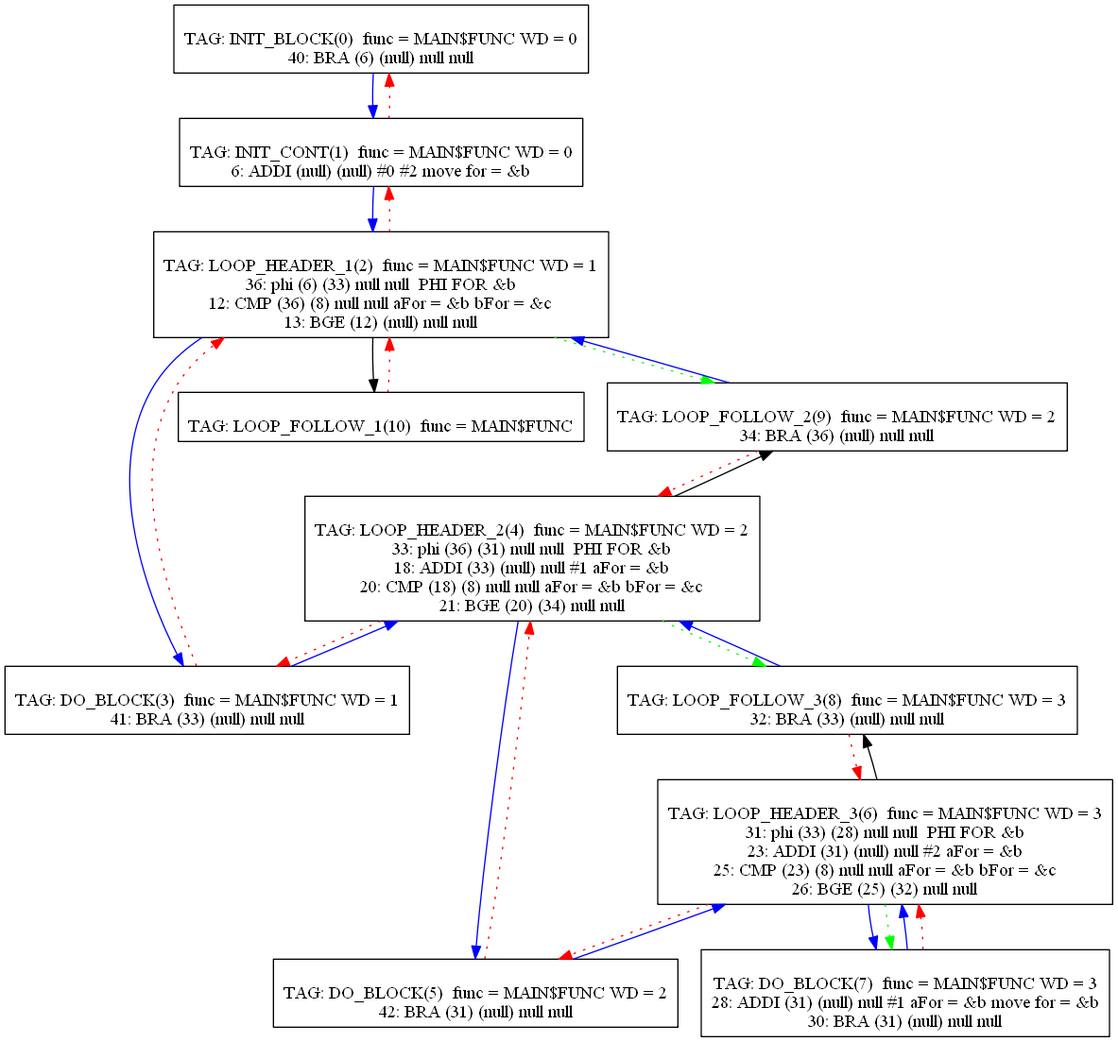
Earlier version of the Graphviz export Compiler/22graph.png (mbajaj92/Project-Astoria). Its source is kept beside it as Compiler/22graph.dot.
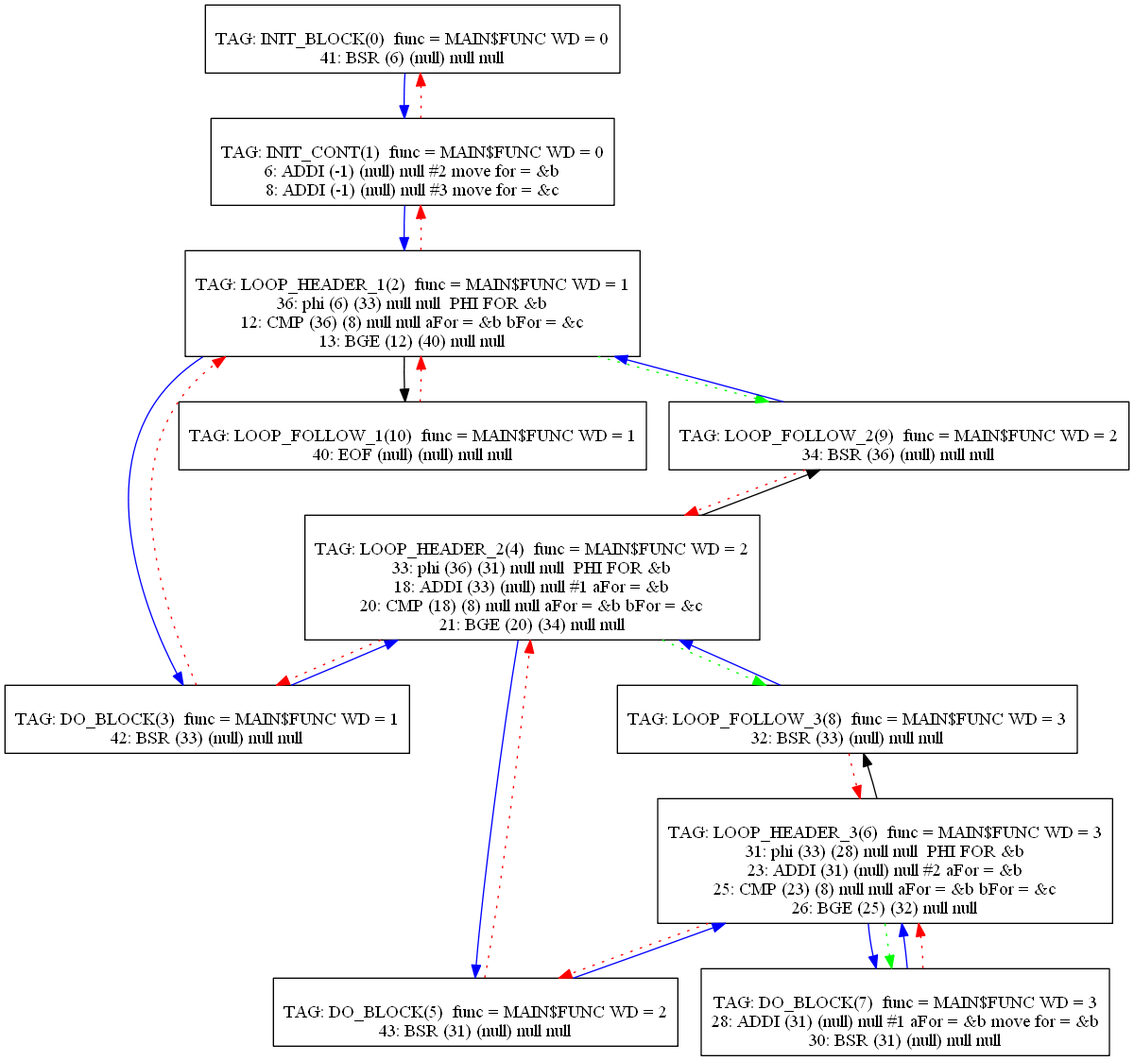
Later version of the same file.

Diff of the diagram source:
```diff
@@ -1,13 +1,14 @@
 digraph {
 0[label="
 TAG: INIT_BLOCK(0)  func = MAIN$FUNC WD = 0
-40: BRA (6) (null) null null
+41: BSR (6) (null) null null
 "];
 0[shape=box];
 0 -> 1[color=blue]
 1[label="
 TAG: INIT_CONT(1)  func = MAIN$FUNC WD = 0
-6: ADDI (null) (null) #0 #2 move for = &b
+6: ADDI (-1) (null) null #2 move for = &b
+8: ADDI (-1) (null) null #3 move for = &c
 "];
 1[shape=box];
 1 -> 2[color=blue]
@@ -16,7 +17,7 @@
 TAG: LOOP_HEADER_1(2)  func = MAIN$FUNC WD = 1
 36: phi (6) (33) null null  PHI FOR &b
 12: CMP (36) (8) null null aFor = &b bFor = &c
-13: BGE (12) (null) null null
+13: BGE (12) (40) null null
 "];
 2[shape=box];
 2 -> 3[color=blue]
@@ -25,7 +26,7 @@
 2 -> 9[color=green][style=dotted]
 3[label="
 TAG: DO_BLOCK(3)  func = MAIN$FUNC WD = 1
-41: BRA (33) (null) null null
+42: BSR (33) (null) null null
 "];
 3[shape=box];
 3 -> 4[color=blue]
@@ -44,7 +45,7 @@
 4 -> 8[color=green][style=dotted]
 5[label="
 TAG: DO_BLOCK(5)  func = MAIN$FUNC WD = 2
-42: BRA (31) (null) null null
+43: BSR (31) (null) null null
 "];
 5[shape=box];
 5 -> 6[color=blue]
@@ -64,27 +65,28 @@
 7[label="
 TAG: DO_BLOCK(7)  func = MAIN$FUNC WD = 3
 28: ADDI (31) (null) null #1 aFor = &b move for = &b
-30: BRA (31) (null) null null
+30: BSR (31) (null) null null
 "];
 7[shape=box];
 7 -> 6[color=blue]
 7 -> 6[color=red][style=dotted]
 8[label="
 TAG: LOOP_FOLLOW_3(8)  func = MAIN$FUNC WD = 3
-32: BRA (33) (null) null null
+32: BSR (33) (null) null null
 "];
 8[shape=box];
 8 -> 4[color=blue]
 8 -> 6[color=red][style=dotted]
 9[label="
 TAG: LOOP_FOLLOW_2(9)  func = MAIN$FUNC WD = 2
-34: BRA (36) (null) null null
+34: BSR (36) (null) null null
 "];
 9[shape=box];
 9 -> 2[color=blue]
 9 -> 4[color=red][style=dotted]
 10[label="
-TAG: LOOP_FOLLOW_1(10)  func = MAIN$FUNC
+TAG: LOOP_FOLLOW_1(10)  func = MAIN$FUNC WD = 1
+40: EOF (null) (null) null null
 "];
 10[shape=box];
 10 -> 2[color=red][style=dotted]
```
